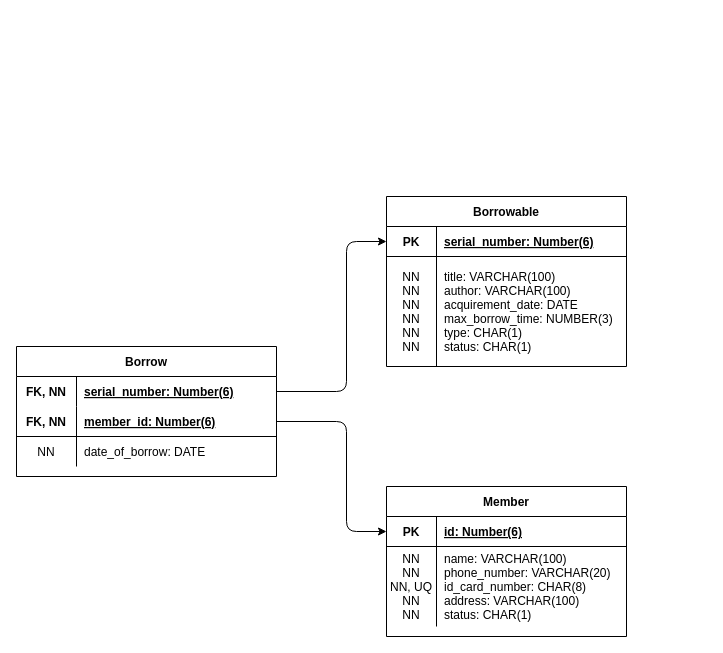
Earlier version of the draw.io diagram docs/information-systems-relational-diagram.drawio (bbalage/information-systems-handin). Source tidied: cells renumbered, new cells numbered last; positions are measured from the earlier drawing's top-left corner, leaving out a move shared by most shapes. Both pictures are drawn from the tidied source at 100%, with x=0, y=0 at pixel (16, 196).
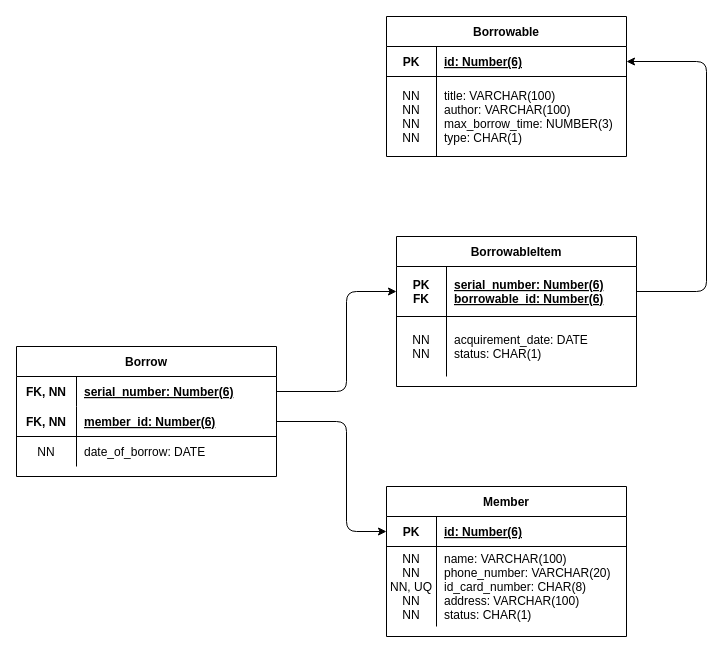
The same page after the edit.

Commit message (it also covers changes not shown here):
TEMP: Backup save. BorrowableItem created. Not tested, not migrated.

The change refers to these unchanged cells:
```xml
<mxCell id="3" style="shape=partialRectangle;fillColor=none;top=0;left=0;bottom=0;right=0;points=[[0,0.5],[1,0.5]];portConstraint=eastwest;" parent="2" vertex="1">
  <mxGeometry y="30" width="260" height="30" as="geometry" />
</mxCell>
<mxCell id="20" style="shape=partialRectangle;fillColor=none;top=0;left=0;bottom=1;right=0;points=[[0,0.5],[1,0.5]];portConstraint=eastwest;" parent="19" vertex="1">
  <mxGeometry y="30" width="240" height="30" as="geometry" />
</mxCell>
```

Change to the diagram source:
```diff
@@
     <mxCell id="19" value="Borrowable" style="shape=table;startSize=30;childLayout=tableLayout;rowLines=0;fontStyle=1;align=center;" parent="1" vertex="1">
-      <mxGeometry x="370" width="240" height="170" as="geometry" />
+      <mxGeometry x="370" y="-180" width="240" height="140" as="geometry" />
     </mxCell>
@@
-    <mxCell id="22" value="serial_number: Number(6)" style="shape=partialRectangle;fillColor=none;top=0;left=0;bottom=0;right=0;align=left;spacingLeft=6;fontStyle=5;overflow=hidden;" parent="20" vertex="1">
+    <mxCell id="22" value="id: Number(6)" style="shape=partialRectangle;fillColor=none;top=0;left=0;bottom=0;right=0;align=left;spacingLeft=6;fontStyle=5;overflow=hidden;" parent="20" vertex="1">
       <mxGeometry x="50" width="190" height="30" as="geometry" />
     </mxCell>
     <mxCell id="23" style="shape=partialRectangle;fillColor=none;top=0;left=0;bottom=0;right=0;" parent="19" vertex="1">
-      <mxGeometry y="60" width="240" height="110" as="geometry" />
+      <mxGeometry y="60" width="240" height="80" as="geometry" />
     </mxCell>
-    <mxCell id="24" value="NN&#10;NN&#10;NN&#10;NN&#10;NN&#10;NN" style="shape=partialRectangle;fillColor=none;top=0;left=0;bottom=0;right=0;overflow=hidden;" parent="23" vertex="1">
-      <mxGeometry width="50" height="110" as="geometry" />
+    <mxCell id="24" value="NN&#10;NN&#10;NN&#10;NN" style="shape=partialRectangle;fillColor=none;top=0;left=0;bottom=0;right=0;overflow=hidden;" parent="23" vertex="1">
+      <mxGeometry width="50" height="80" as="geometry" />
     </mxCell>
-    <mxCell id="25" value="title: VARCHAR(100)&#10;author: VARCHAR(100)&#10;acquirement_date: DATE&#10;max_borrow_time: NUMBER(3)&#10;type: CHAR(1)&#10;status: CHAR(1)" style="shape=partialRectangle;fillColor=none;top=0;left=0;bottom=0;right=0;align=left;spacingLeft=6;overflow=hidden;" parent="23" vertex="1">
-      <mxGeometry x="50" width="190" height="110" as="geometry" />
+    <mxCell id="25" value="title: VARCHAR(100)&#10;author: VARCHAR(100)&#10;max_borrow_time: NUMBER(3)&#10;type: CHAR(1)" style="shape=partialRectangle;fillColor=none;top=0;left=0;bottom=0;right=0;align=left;spacingLeft=6;overflow=hidden;" parent="23" vertex="1">
+      <mxGeometry x="50" width="190" height="80" as="geometry" />
     </mxCell>
-    <mxCell id="26" style="endArrow=classic;html=1;exitX=1;exitY=0.5;exitDx=0;exitDy=0;entryX=0;entryY=0.5;entryDx=0;entryDy=0;" parent="1" edge="1" source="3" target="20">
+    <mxCell id="26" style="endArrow=classic;html=1;exitX=1;exitY=0.5;exitDx=0;exitDy=0;entryX=0;entryY=0.5;entryDx=0;entryDy=0;" parent="1" edge="1" source="3" target="29">
       <mxGeometry relative="1" as="geometry">
         <Array as="points">
           <mxPoint x="330" y="195" />
-          <mxPoint x="330" y="45" />
+          <mxPoint x="330" y="95" />
         </Array>
       </mxGeometry>
     </mxCell>
@@
+    <mxCell id="28" value="BorrowableItem" style="shape=table;startSize=30;childLayout=tableLayout;rowLines=0;fontStyle=1;align=center;" parent="1" vertex="1">
+      <mxGeometry x="380" y="40" width="240" height="150" as="geometry" />
+    </mxCell>
+    <mxCell id="29" style="shape=partialRectangle;fillColor=none;top=0;left=0;bottom=1;right=0;points=[[0,0.5],[1,0.5]];portConstraint=eastwest;" parent="28" vertex="1">
+      <mxGeometry y="30" width="240" height="50" as="geometry" />
+    </mxCell>
+    <mxCell id="30" value="PK&#10;FK" style="shape=partialRectangle;fillColor=none;top=0;left=0;bottom=0;right=0;fontStyle=1;overflow=hidden;" parent="29" vertex="1">
+      <mxGeometry width="50" height="50" as="geometry" />
+    </mxCell>
+    <mxCell id="31" value="serial_number: Number(6)&#10;borrowable_id: Number(6)" style="shape=partialRectangle;fillColor=none;top=0;left=0;bottom=0;right=0;align=left;spacingLeft=6;fontStyle=5;overflow=hidden;" parent="29" vertex="1">
+      <mxGeometry x="50" width="190" height="50" as="geometry" />
+    </mxCell>
+    <mxCell id="32" style="shape=partialRectangle;fillColor=none;top=0;left=0;bottom=0;right=0;" parent="28" vertex="1">
+      <mxGeometry y="80" width="240" height="60" as="geometry" />
+    </mxCell>
+    <mxCell id="33" value="NN&#10;NN" style="shape=partialRectangle;fillColor=none;top=0;left=0;bottom=0;right=0;overflow=hidden;" parent="32" vertex="1">
+      <mxGeometry width="50" height="60" as="geometry" />
+    </mxCell>
+    <mxCell id="34" value="acquirement_date: DATE&#10;status: CHAR(1)" style="shape=partialRectangle;fillColor=none;top=0;left=0;bottom=0;right=0;align=left;spacingLeft=6;overflow=hidden;" parent="32" vertex="1">
+      <mxGeometry x="50" width="190" height="60" as="geometry" />
+    </mxCell>
+    <mxCell id="35" style="endArrow=classic;html=1;entryX=1;entryY=0.5;entryDx=0;entryDy=0;exitX=1;exitY=0.5;exitDx=0;exitDy=0;" parent="1" edge="1" source="29" target="20">
+      <mxGeometry relative="1" as="geometry">
+        <Array as="points">
+          <mxPoint x="690" y="95" />
+          <mxPoint x="690" y="-135" />
+        </Array>
+      </mxGeometry>
+    </mxCell>
```
